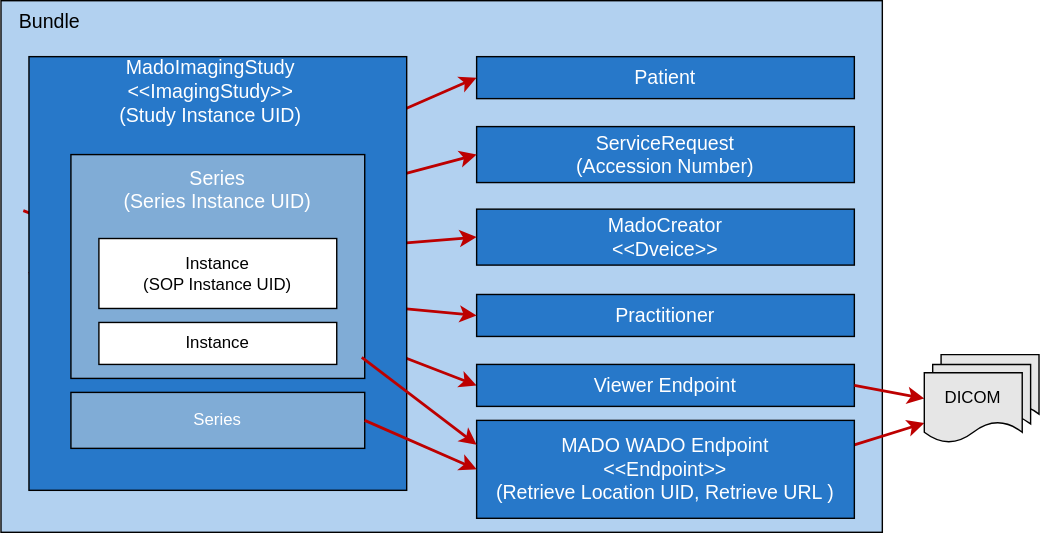
Before: input/images/fhir-manifest-overview.drawio.svg, a diagram exported from draw.io (IHE/RAD.MADO). Source tidied: cells renumbered, new cells last; positions are measured from the earlier drawing's top-left corner, leaving out a move shared by most shapes.
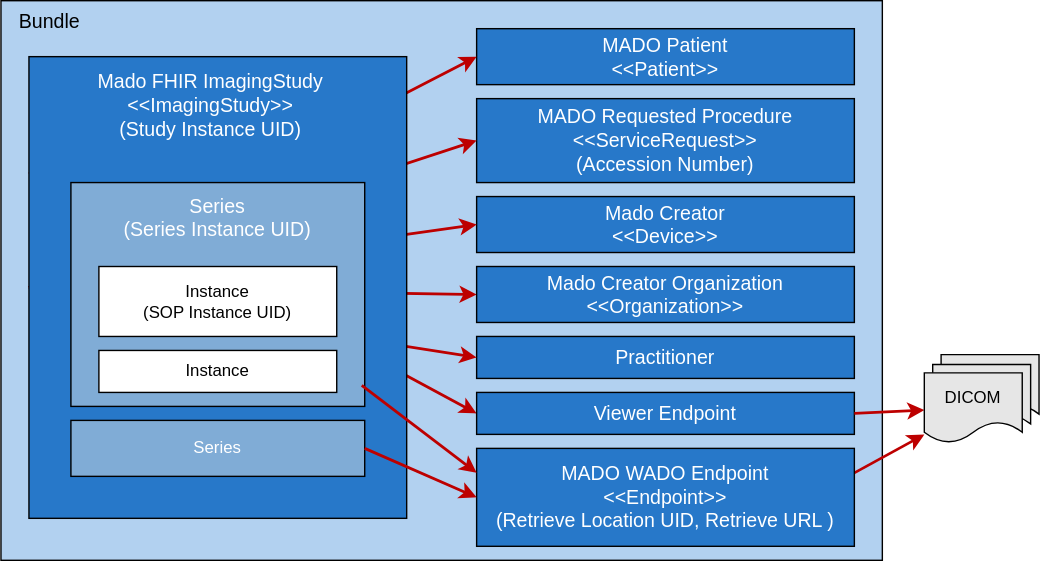
Above is the later version.

The edit, as a diff of the source:
```diff
@@ -3,19 +3,22 @@
     <mxCell id="0" />
     <mxCell id="1" parent="0" />
     <mxCell id="2" style="whiteSpace=wrap;html=1;fillColor=light-dark(#b2d1f0, #4c6e90);" parent="1" vertex="1">
-      <mxGeometry width="630" height="380" as="geometry" />
+      <mxGeometry width="630" height="400" as="geometry" />
     </mxCell>
+    <mxCell id="30" style="endArrow=classic;html=1;strokeColor=#BD0000;strokeWidth=2;entryX=0;entryY=0.5;entryDx=0;entryDy=0;exitX=0;exitY=0.5;exitDx=0;exitDy=0;" parent="1" edge="1" source="21" target="31">
+      <mxGeometry relative="1" as="geometry" />
+    </mxCell>
-    <mxCell id="3" style="endArrow=classic;html=1;strokeColor=#BD0000;strokeWidth=2;exitX=-0.015;exitY=0.355;exitDx=0;exitDy=0;exitPerimeter=0;entryX=0;entryY=0.5;entryDx=0;entryDy=0;" parent="1" edge="1" source="21" target="13">
+    <mxCell id="3" style="endArrow=classic;html=1;strokeColor=#BD0000;strokeWidth=2;exitX=0;exitY=0.25;exitDx=0;exitDy=0;entryX=0;entryY=0.5;entryDx=0;entryDy=0;" parent="1" edge="1" source="21" target="13">
       <mxGeometry relative="1" as="geometry" />
     </mxCell>
-    <mxCell id="4" value="&lt;font style=&quot;color: rgb(255, 255, 255); font-size: 14px;&quot;&gt;Patient&lt;/font&gt;" style="whiteSpace=wrap;html=1;fillColor=#2778C9;" parent="1" vertex="1">
-      <mxGeometry x="340" y="40" width="270" height="30" as="geometry" />
+    <mxCell id="4" value="&lt;font style=&quot;color: rgb(255, 255, 255); font-size: 14px;&quot;&gt;MADO Patient&lt;/font&gt;&lt;div&gt;&lt;font style=&quot;color: rgb(255, 255, 255); font-size: 14px;&quot;&gt;&amp;lt;&amp;lt;Patient&amp;gt;&amp;gt;&lt;/font&gt;&lt;/div&gt;" style="whiteSpace=wrap;html=1;fillColor=#2778C9;" parent="1" vertex="1">
+      <mxGeometry x="340" y="20" width="270" height="40" as="geometry" />
     </mxCell>
-    <mxCell id="5" value="&lt;font style=&quot;color: rgb(255, 255, 255); font-size: 14px;&quot;&gt;ServiceRequest&lt;/font&gt;&lt;div&gt;&lt;font style=&quot;color: rgb(255, 255, 255); font-size: 14px;&quot;&gt;(Accession Number)&lt;/font&gt;&lt;/div&gt;" style="whiteSpace=wrap;html=1;fillColor=#2778C9;" parent="1" vertex="1">
-      <mxGeometry x="340" y="90" width="270" height="40" as="geometry" />
+    <mxCell id="5" value="&lt;font style=&quot;color: rgb(255, 255, 255); font-size: 14px;&quot;&gt;MADO Requested Procedure&lt;/font&gt;&lt;div&gt;&lt;font style=&quot;color: rgb(255, 255, 255); font-size: 14px;&quot;&gt;&amp;lt;&amp;lt;ServiceRequest&amp;gt;&amp;gt;&lt;/font&gt;&lt;div&gt;&lt;div&gt;&lt;font style=&quot;color: rgb(255, 255, 255); font-size: 14px;&quot;&gt;(Accession Number)&lt;/font&gt;&lt;/div&gt;&lt;/div&gt;&lt;/div&gt;" style="whiteSpace=wrap;html=1;fillColor=#2778C9;" parent="1" vertex="1">
+      <mxGeometry x="340" y="70" width="270" height="60" as="geometry" />
     </mxCell>
-    <mxCell id="6" value="&lt;font style=&quot;color: rgb(255, 255, 255); font-size: 14px;&quot;&gt;MadoCreator&lt;/font&gt;&lt;div&gt;&lt;font style=&quot;color: rgb(255, 255, 255); font-size: 14px;&quot;&gt;&amp;lt;&amp;lt;Dveice&amp;gt;&amp;gt;&lt;/font&gt;&lt;/div&gt;" style="whiteSpace=wrap;html=1;fillColor=#2778C9;" parent="1" vertex="1">
-      <mxGeometry x="340" y="149" width="270" height="40" as="geometry" />
+    <mxCell id="6" value="&lt;font style=&quot;color: rgb(255, 255, 255); font-size: 14px;&quot;&gt;Mado Creator&lt;/font&gt;&lt;div&gt;&lt;font style=&quot;color: rgb(255, 255, 255); font-size: 14px;&quot;&gt;&amp;lt;&amp;lt;Device&amp;gt;&amp;gt;&lt;/font&gt;&lt;/div&gt;" style="whiteSpace=wrap;html=1;fillColor=#2778C9;" parent="1" vertex="1">
+      <mxGeometry x="340" y="140" width="270" height="40" as="geometry" />
     </mxCell>
     <mxCell id="7" style="endArrow=classic;html=1;strokeColor=#BD0000;strokeWidth=2;entryX=0;entryY=0.5;entryDx=0;entryDy=0;exitX=0;exitY=0.5;exitDx=0;exitDy=0;" parent="1" edge="1" source="21" target="4">
       <mxGeometry relative="1" as="geometry" />
@@ -33,10 +36,10 @@
       <mxGeometry relative="1" as="geometry" />
     </mxCell>
     <mxCell id="12" value="&lt;font style=&quot;color: rgb(255, 255, 255); font-size: 14px;&quot;&gt;MADO WADO Endpoint&lt;/font&gt;&lt;div&gt;&lt;font style=&quot;color: rgb(255, 255, 255); font-size: 14px;&quot;&gt;&amp;lt;&amp;lt;Endpoint&amp;gt;&amp;gt;&lt;/font&gt;&lt;div&gt;&lt;div&gt;&lt;font style=&quot;color: rgb(255, 255, 255); font-size: 14px;&quot;&gt;(Retrieve Location UID, Retrieve URL )&lt;/font&gt;&lt;/div&gt;&lt;/div&gt;&lt;/div&gt;" style="whiteSpace=wrap;html=1;fillColor=#2778C9;" parent="1" vertex="1">
-      <mxGeometry x="340" y="300" width="270" height="70" as="geometry" />
+      <mxGeometry x="340" y="320" width="270" height="70" as="geometry" />
     </mxCell>
     <mxCell id="13" value="&lt;font style=&quot;color: rgb(255, 255, 255); font-size: 14px;&quot;&gt;Viewer Endpoint&lt;/font&gt;" style="whiteSpace=wrap;html=1;fillColor=#2778C9;" parent="1" vertex="1">
-      <mxGeometry x="340" y="260" width="270" height="30" as="geometry" />
+      <mxGeometry x="340" y="280" width="270" height="30" as="geometry" />
     </mxCell>
     <mxCell id="14" style="endArrow=classic;html=1;strokeColor=#BD0000;strokeWidth=2;exitX=1;exitY=0.5;exitDx=0;exitDy=0;" parent="1" edge="1" source="13" target="18">
       <mxGeometry relative="1" as="geometry" />
@@ -54,31 +57,31 @@
       <mxGeometry y="13" width="70" height="50" as="geometry" />
     </mxCell>
     <mxCell id="19" value="&lt;font style=&quot;color: rgb(255, 255, 255); font-size: 14px;&quot;&gt;Practitioner&lt;/font&gt;" style="whiteSpace=wrap;html=1;fillColor=#2778C9;" parent="1" vertex="1">
-      <mxGeometry x="340" y="210" width="270" height="30" as="geometry" />
+      <mxGeometry x="340" y="240" width="270" height="30" as="geometry" />
     </mxCell>
     <mxCell id="20" style="endArrow=classic;html=1;strokeColor=#BD0000;strokeWidth=2;entryX=0;entryY=0.5;entryDx=0;entryDy=0;exitX=0;exitY=0.5;exitDx=0;exitDy=0;" parent="1" edge="1" source="21" target="19">
       <mxGeometry relative="1" as="geometry" />
     </mxCell>
     <mxCell id="21" style="whiteSpace=wrap;html=1;fillColor=#2778C9;" parent="1" vertex="1">
-      <mxGeometry x="20" y="40" width="270" height="310" as="geometry" />
+      <mxGeometry x="20" y="40" width="270" height="330" as="geometry" />
     </mxCell>
     <mxCell id="22" style="whiteSpace=wrap;html=1;fillColor=#80ACD6;" parent="1" vertex="1">
-      <mxGeometry x="50" y="110" width="210" height="160" as="geometry" />
+      <mxGeometry x="50" y="130" width="210" height="160" as="geometry" />
     </mxCell>
-    <mxCell id="23" value="&lt;font style=&quot;color: rgb(255, 255, 255);&quot;&gt;MadoImagingStudy&lt;/font&gt;&lt;div&gt;&lt;font style=&quot;color: rgb(255, 255, 255);&quot;&gt;&amp;lt;&amp;lt;ImagingStudy&amp;gt;&amp;gt;&lt;/font&gt;&lt;div&gt;&lt;font style=&quot;color: rgb(255, 255, 255);&quot;&gt;(Study Instance UID)&lt;/font&gt;&lt;/div&gt;&lt;/div&gt;" style="text;html=1;align=center;verticalAlign=middle;whiteSpace=wrap;rounded=0;fontSize=14;" parent="1" vertex="1">
-      <mxGeometry x="65" y="50" width="170" height="30" as="geometry" />
+    <mxCell id="23" value="&lt;font style=&quot;color: rgb(255, 255, 255);&quot;&gt;Mado FHIR ImagingStudy&lt;/font&gt;&lt;div&gt;&lt;font style=&quot;color: rgb(255, 255, 255);&quot;&gt;&amp;lt;&amp;lt;ImagingStudy&amp;gt;&amp;gt;&lt;/font&gt;&lt;div&gt;&lt;font style=&quot;color: rgb(255, 255, 255);&quot;&gt;(Study Instance UID)&lt;/font&gt;&lt;/div&gt;&lt;/div&gt;" style="text;html=1;align=center;verticalAlign=middle;whiteSpace=wrap;rounded=0;fontSize=14;" parent="1" vertex="1">
+      <mxGeometry x="65" y="60" width="170" height="30" as="geometry" />
     </mxCell>
     <mxCell id="24" value="&lt;font style=&quot;color: rgb(255, 255, 255);&quot;&gt;Series&lt;/font&gt;&lt;div&gt;&lt;font style=&quot;color: rgb(255, 255, 255);&quot;&gt;(Series Instance UID)&lt;/font&gt;&lt;/div&gt;" style="text;html=1;align=center;verticalAlign=middle;whiteSpace=wrap;rounded=0;fontSize=14;" parent="1" vertex="1">
-      <mxGeometry x="60" y="120" width="190" height="30" as="geometry" />
+      <mxGeometry x="60" y="140" width="190" height="30" as="geometry" />
     </mxCell>
     <mxCell id="25" value="Instance&lt;div&gt;(SOP Instance UID)&lt;/div&gt;" style="whiteSpace=wrap;html=1;" parent="1" vertex="1">
-      <mxGeometry x="70" y="170" width="170" height="50" as="geometry" />
+      <mxGeometry x="70" y="190" width="170" height="50" as="geometry" />
     </mxCell>
     <mxCell id="26" value="Instance" style="whiteSpace=wrap;html=1;" parent="1" vertex="1">
-      <mxGeometry x="70" y="230" width="170" height="30" as="geometry" />
+      <mxGeometry x="70" y="250" width="170" height="30" as="geometry" />
     </mxCell>
     <mxCell id="27" value="&lt;font style=&quot;color: rgb(255, 255, 255);&quot;&gt;Series&lt;/font&gt;" style="whiteSpace=wrap;html=1;fillColor=#80ACD6;" parent="1" vertex="1">
-      <mxGeometry x="50" y="280" width="210" height="40" as="geometry" />
+      <mxGeometry x="50" y="300" width="210" height="40" as="geometry" />
     </mxCell>
     <mxCell id="28" style="endArrow=classic;html=1;strokeColor=#BD0000;strokeWidth=2;entryX=0;entryY=0.5;entryDx=0;entryDy=0;exitX=1;exitY=0.5;exitDx=0;exitDy=0;" parent="1" edge="1" source="27" target="12">
       <mxGeometry relative="1" as="geometry" />
@@ -86,5 +89,8 @@
     <mxCell id="29" style="endArrow=classic;html=1;strokeColor=#BD0000;strokeWidth=2;exitX=0.99;exitY=0.906;exitDx=0;exitDy=0;exitPerimeter=0;entryX=0;entryY=0.25;entryDx=0;entryDy=0;" parent="1" edge="1" source="22" target="12">
       <mxGeometry relative="1" as="geometry" />
     </mxCell>
+    <mxCell id="31" value="&lt;font style=&quot;color: rgb(255, 255, 255); font-size: 14px;&quot;&gt;Mado Creator Organization&lt;/font&gt;&lt;div&gt;&lt;font style=&quot;color: rgb(255, 255, 255); font-size: 14px;&quot;&gt;&amp;lt;&amp;lt;Organization&amp;gt;&amp;gt;&lt;/font&gt;&lt;/div&gt;" style="whiteSpace=wrap;html=1;fillColor=#2778C9;" parent="1" vertex="1">
+      <mxGeometry x="340" y="190" width="270" height="40" as="geometry" />
+    </mxCell>
   </root>
 </mxGraphModel>
```
